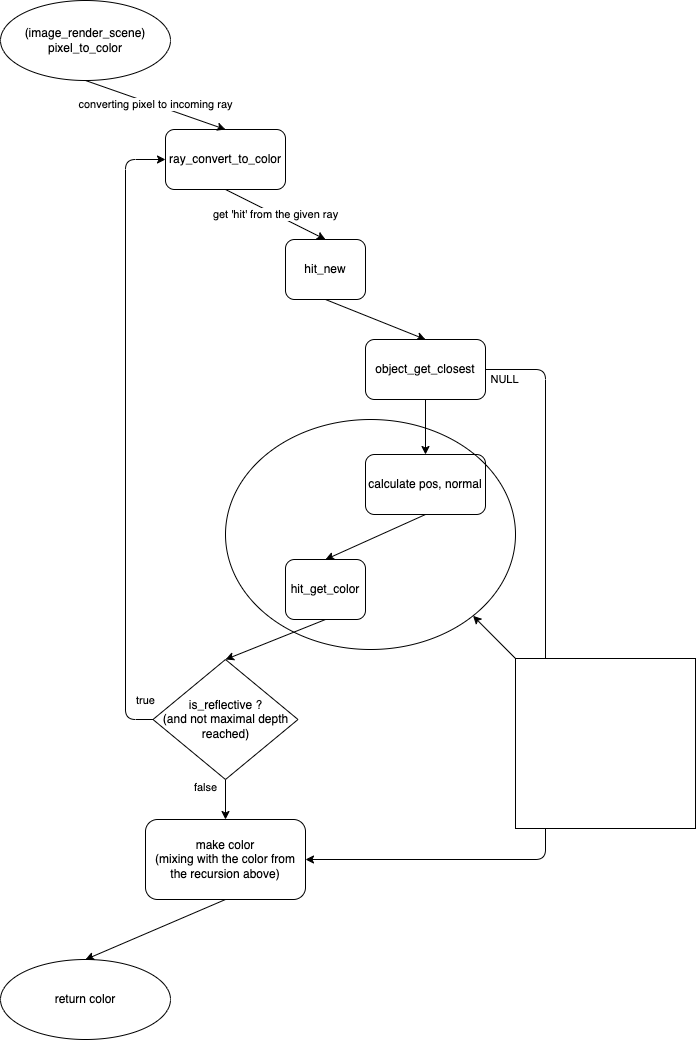
penguin2/42-minirt keeps this draw.io diagram as asset/pixel_to_color_flow.drawio.png. Above is the earlier version. Source tidied: cells renumbered, new cells last; positions are measured from the earlier drawing's top-left corner, leaving out a move shared by most shapes.
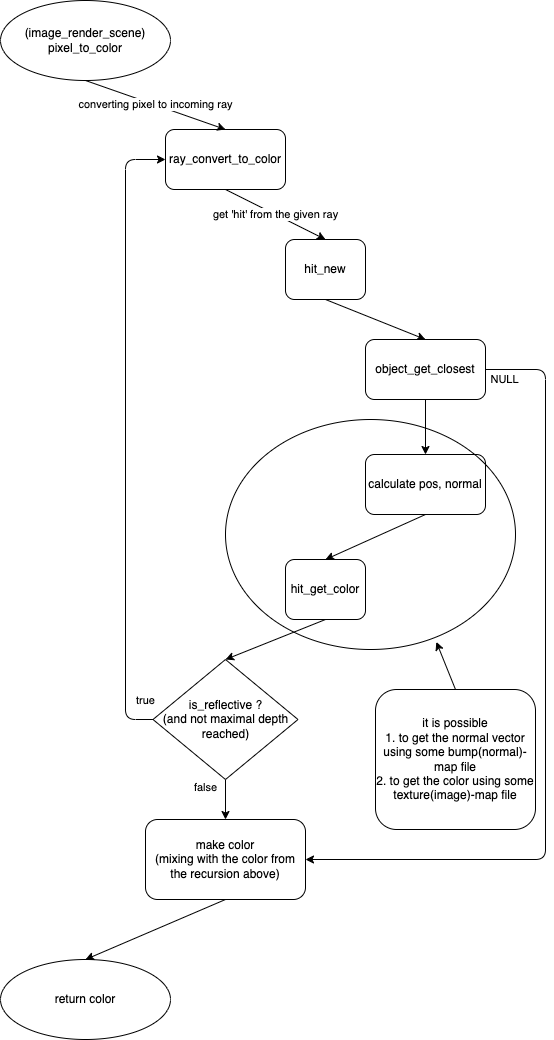
Above is the later version.

Change to the diagram source:
```diff
@@ -70,14 +70,14 @@
     <mxCell id="20" value="make color&lt;br&gt;(mixing with the color from the recursion above)" style="rounded=1;whiteSpace=wrap;html=1;" parent="1" vertex="1">
       <mxGeometry x="145" y="819" width="160" height="80" as="geometry" />
     </mxCell>
-    <mxCell id="21" style="edgeStyle=none;html=1;exitX=0;exitY=0;exitDx=0;exitDy=0;entryX=1;entryY=1;entryDx=0;entryDy=0;" parent="1" edge="1" source="22" target="23">
-      <mxGeometry relative="1" as="geometry" />
-    </mxCell>
-    <mxCell id="22" value="&lt;span style=&quot;color: rgb(255, 255, 255); font-size: 13px;&quot;&gt;&amp;nbsp; &amp;nbsp; it is possible &lt;br&gt;&lt;ul&gt;&lt;li&gt;&lt;span style=&quot;color: rgb(255, 255, 255); font-size: 13px;&quot;&gt;to get the normal vector using some bump(normal)-map file&lt;/span&gt;&lt;/li&gt;&lt;li&gt;&lt;span style=&quot;color: rgb(255, 255, 255); font-size: 13px;&quot;&gt;to get the color&lt;br&gt;using some texture(image)-map file&lt;/span&gt;&lt;/li&gt;&lt;/ul&gt;&lt;/span&gt;" style="rounded=0;whiteSpace=wrap;html=1;align=left;fontSize=13;" parent="1" vertex="1">
-      <mxGeometry x="515" y="658" width="180" height="170" as="geometry" />
-    </mxCell>
     <mxCell id="23" style="ellipse;whiteSpace=wrap;html=1;fillColor=none;" parent="1" vertex="1">
       <mxGeometry x="225" y="419" width="290" height="230" as="geometry" />
     </mxCell>
+    <mxCell id="24" style="edgeStyle=none;html=1;exitX=0.5;exitY=0;exitDx=0;exitDy=0;entryX=0.727;entryY=0.967;entryDx=0;entryDy=0;entryPerimeter=0;" parent="1" edge="1" source="25" target="23">
+      <mxGeometry relative="1" as="geometry" />
+    </mxCell>
+    <mxCell id="25" value="it is possible&lt;br&gt;1. to get the normal vector using some bump(normal)-map file&lt;br&gt;2. to get the color using some texture(image)-map file" style="rounded=1;whiteSpace=wrap;html=1;" parent="1" vertex="1">
+      <mxGeometry x="375" y="689" width="160" height="140" as="geometry" />
+    </mxCell>
   </root>
 </mxGraphModel>
```
